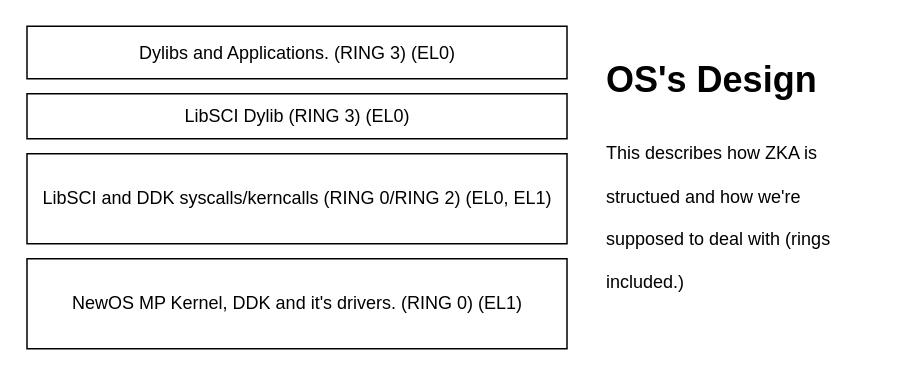
nekernel-org/nekernel keeps this draw.io diagram as doc/OS-Design.drawio. Above is the earlier version. Source tidied: cells renumbered, new cells numbered last; positions are measured from the earlier drawing's top-left corner, leaving out a move shared by most shapes. Both pictures are drawn from the tidied source at 150%, with x=0, y=0 at pixel (27, 26).
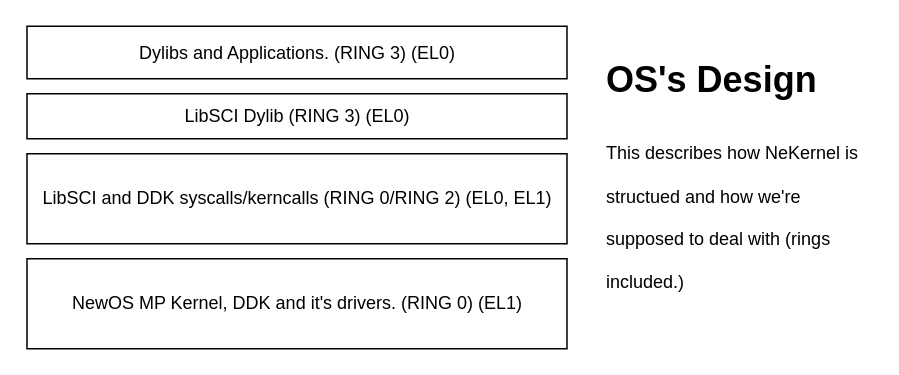
The same diagram, later.

The edit, as a diff of the source:
```diff
@@
 <mxGraphModel>
   <root>
     <mxCell id="0" />
     <mxCell id="1" parent="0" />
     <mxCell id="2" value="LibSCI Dylib (RING 3) (EL0)" style="rounded=0;whiteSpace=wrap;html=1;" parent="1" vertex="1">
       <mxGeometry x="-0.5" y="45" width="360" height="30" as="geometry" />
     </mxCell>
     <mxCell id="3" value="Dylibs and Applications. (RING 3) (EL0)" style="rounded=0;whiteSpace=wrap;html=1;" parent="1" vertex="1">
       <mxGeometry x="-0.5" width="360" height="35" as="geometry" />
     </mxCell>
-    <mxCell id="4" value="&lt;h1 style=&quot;margin-top: 0px;&quot;&gt;&lt;span style=&quot;background-color: initial;&quot;&gt;OS's Design&lt;/span&gt;&lt;/h1&gt;&lt;h1 style=&quot;margin-top: 0px;&quot;&gt;&lt;span style=&quot;font-size: 12px; font-weight: 400;&quot;&gt;This describes how ZKA is structued and how we're supposed to deal with (rings included.)&lt;/span&gt;&lt;/h1&gt;" style="text;html=1;whiteSpace=wrap;overflow=hidden;rounded=0;" parent="1" vertex="1">
+    <mxCell id="4" value="&lt;h1 style=&quot;margin-top: 0px;&quot;&gt;&lt;span style=&quot;background-color: initial;&quot;&gt;OS's Design&lt;/span&gt;&lt;/h1&gt;&lt;h1 style=&quot;margin-top: 0px;&quot;&gt;&lt;span style=&quot;font-size: 12px; font-weight: 400;&quot;&gt;This describes how NeKernel is structued and how we're supposed to deal with (rings included.)&lt;/span&gt;&lt;/h1&gt;" style="text;html=1;whiteSpace=wrap;overflow=hidden;rounded=0;" parent="1" vertex="1">
       <mxGeometry x="384" y="15" width="180" height="180" as="geometry" />
     </mxCell>
     <mxCell id="5" value="NewOS MP Kernel, DDK and it's drivers. (RING 0) (EL1)" style="rounded=0;whiteSpace=wrap;html=1;" parent="1" vertex="1">
       <mxGeometry x="-0.5" y="155" width="360" height="60" as="geometry" />
     </mxCell>
     <mxCell id="6" value="LibSCI and DDK syscalls/kerncalls (RING 0/RING 2) (EL0, EL1)" style="rounded=0;whiteSpace=wrap;html=1;" parent="1" vertex="1">
       <mxGeometry x="-0.5" y="85" width="360" height="60" as="geometry" />
     </mxCell>
   </root>
 </mxGraphModel>
```
